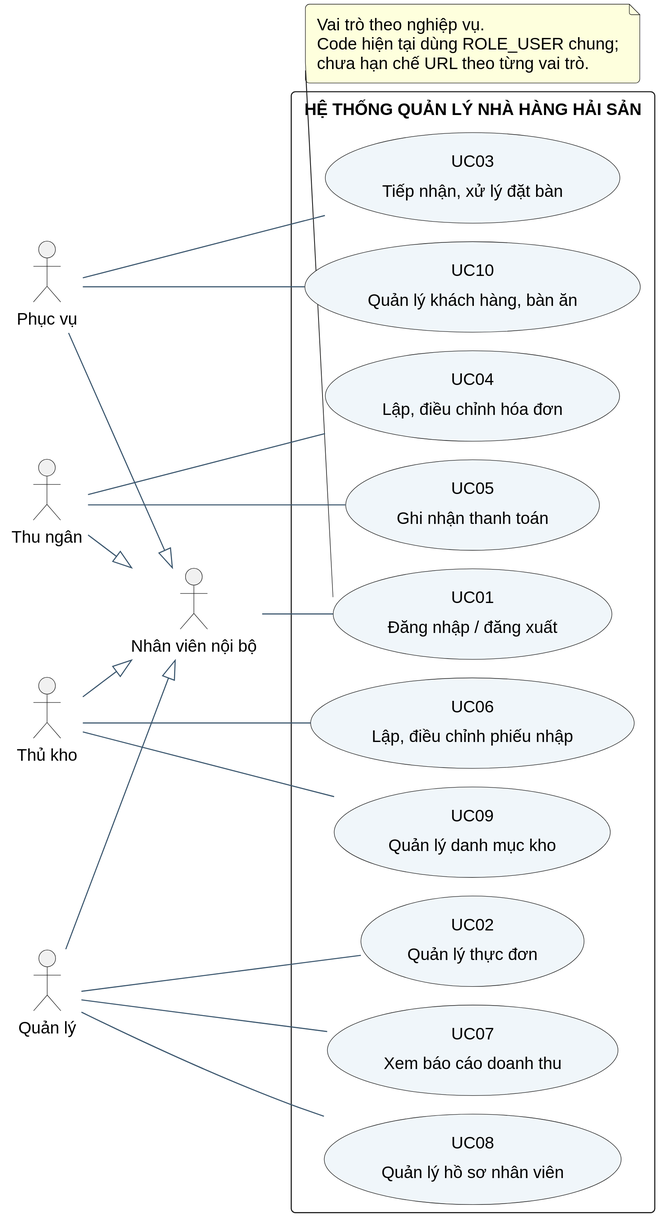
hoangbelike2004/QuanLyNHHS keeps this PlantUML diagram as BaoCao_PTTKHDoiTuong/so_do/01_use_case.svg. Above is the earlier version. The source it was exported from:
```plantuml
@startuml
!pragma layout smetana
skinparam defaultFontName Arial
skinparam defaultFontSize 16
skinparam dpi 180
skinparam backgroundColor white
skinparam shadowing false
skinparam roundcorner 8
skinparam ArrowColor #37536B
skinparam classBackgroundColor #F0F6FA
skinparam classBorderColor #37536B
skinparam usecaseBackgroundColor #F0F6FA
skinparam packageBackgroundColor #FFFFFF
skinparam sequenceParticipantBackgroundColor #EDF4F8
skinparam sequenceLifeLineBorderColor #78909C
skinparam sequenceMessageAlign center
skinparam padding 5
hide circle
left to right direction
actor "Nhân viên nội bộ" as NV
actor "Phục vụ" as PV
actor "Thu ngân" as TN
actor "Thủ kho" as TK
actor "Quản lý" as QL
PV --|> NV
TN --|> NV
TK --|> NV
QL --|> NV
rectangle "HỆ THỐNG QUẢN LÝ NHÀ HÀNG HẢI SẢN" {
 usecase "UC01\nĐăng nhập / đăng xuất" as U1
 usecase "UC02\nQuản lý thực đơn" as U2
 usecase "UC03\nTiếp nhận, xử lý đặt bàn" as U3
 usecase "UC04\nLập, điều chỉnh hóa đơn" as U4
 usecase "UC05\nGhi nhận thanh toán" as U5
 usecase "UC06\nLập, điều chỉnh phiếu nhập" as U6
 usecase "UC07\nXem báo cáo doanh thu" as U7
 usecase "UC08\nQuản lý hồ sơ nhân viên" as U8
 usecase "UC09\nQuản lý danh mục kho" as U9
 usecase "UC10\nQuản lý khách hàng, bàn ăn" as U10
}
NV -- U1
PV -- U3
PV -- U10
TN -- U4
TN -- U5
QL -- U2
QL -- U7
QL -- U8
TK -- U6
TK -- U9
note bottom of U1
Vai trò theo nghiệp vụ.
Code hiện tại dùng ROLE_USER chung;
chưa hạn chế URL theo từng vai trò.
end note
@enduml
```
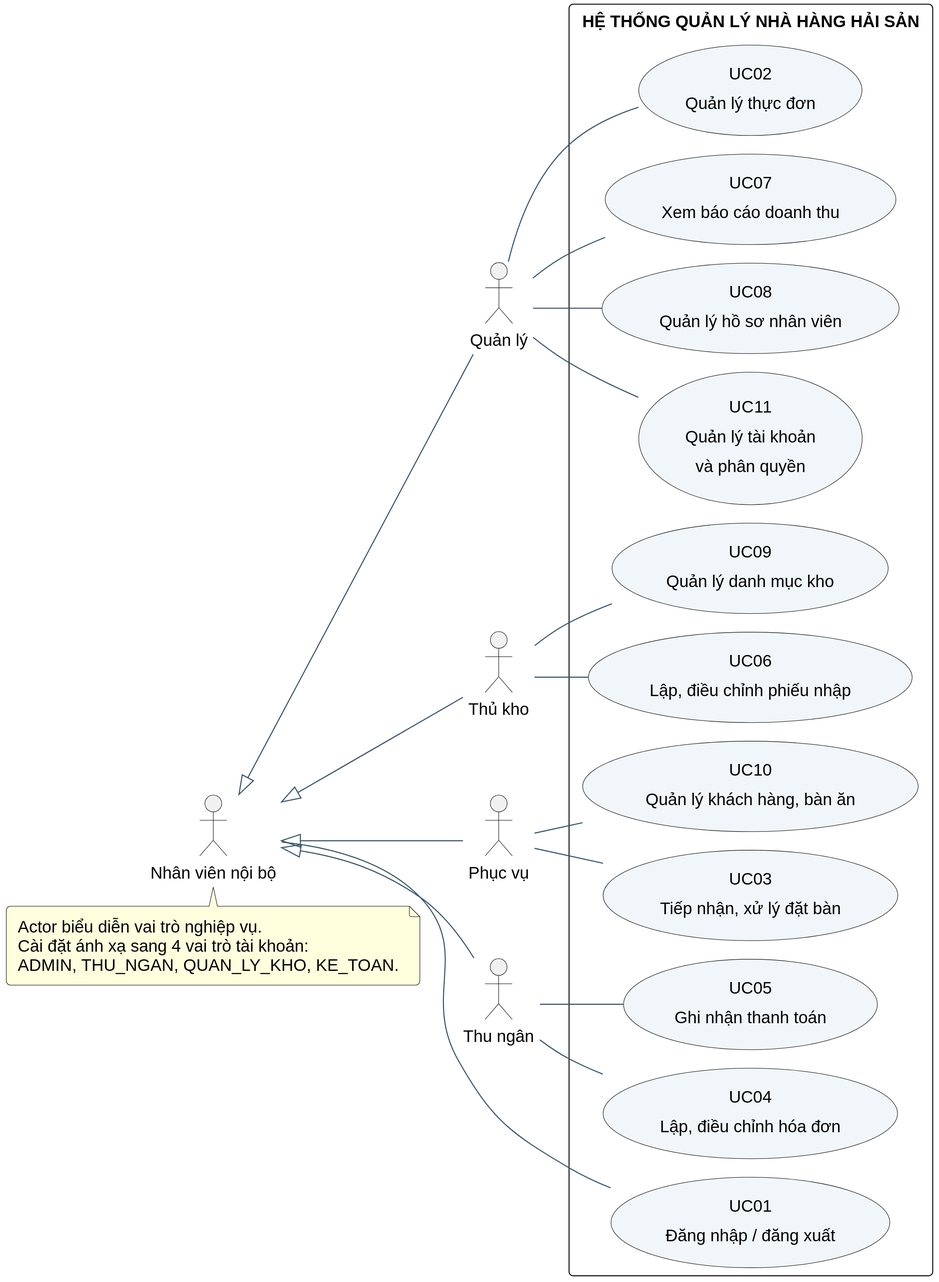
The same file after the commit.

Change to the diagram source:
```diff
@@ -18,39 +18,41 @@
 hide circle
 left to right direction
 actor "Nhân viên nội bộ" as NV
+actor "Quản lý" as QL
+actor "Thủ kho" as TK
 actor "Phục vụ" as PV
 actor "Thu ngân" as TN
-actor "Thủ kho" as TK
-actor "Quản lý" as QL
-PV --|> NV
-TN --|> NV
-TK --|> NV
-QL --|> NV
+NV <|-- QL
+NV <|-- TK
+NV <|-- PV
+NV <|-- TN
 rectangle "HỆ THỐNG QUẢN LÝ NHÀ HÀNG HẢI SẢN" {
+ usecase "UC11\nQuản lý tài khoản\nvà phân quyền" as U11
+ usecase "UC02\nQuản lý thực đơn" as U2
+ usecase "UC07\nXem báo cáo doanh thu" as U7
+ usecase "UC08\nQuản lý hồ sơ nhân viên" as U8
+ usecase "UC06\nLập, điều chỉnh phiếu nhập" as U6
+ usecase "UC09\nQuản lý danh mục kho" as U9
  usecase "UC01\nĐăng nhập / đăng xuất" as U1
- usecase "UC02\nQuản lý thực đơn" as U2
  usecase "UC03\nTiếp nhận, xử lý đặt bàn" as U3
+ usecase "UC10\nQuản lý khách hàng, bàn ăn" as U10
  usecase "UC04\nLập, điều chỉnh hóa đơn" as U4
  usecase "UC05\nGhi nhận thanh toán" as U5
- usecase "UC06\nLập, điều chỉnh phiếu nhập" as U6
- usecase "UC07\nXem báo cáo doanh thu" as U7
- usecase "UC08\nQuản lý hồ sơ nhân viên" as U8
- usecase "UC09\nQuản lý danh mục kho" as U9
- usecase "UC10\nQuản lý khách hàng, bàn ăn" as U10
 }
+QL -- U11
+QL -- U2
+QL -- U7
+QL -- U8
+TK -- U6
+TK -- U9
 NV -- U1
 PV -- U3
 PV -- U10
 TN -- U4
 TN -- U5
-QL -- U2
-QL -- U7
-QL -- U8
-TK -- U6
-TK -- U9
-note bottom of U1
-Vai trò theo nghiệp vụ.
-Code hiện tại dùng ROLE_USER chung;
-chưa hạn chế URL theo từng vai trò.
+note bottom of NV
+Actor biểu diễn vai trò nghiệp vụ.
+Cài đặt ánh xạ sang 4 vai trò tài khoản:
+ADMIN, THU_NGAN, QUAN_LY_KHO, KE_TOAN.
 end note
 @enduml
```
